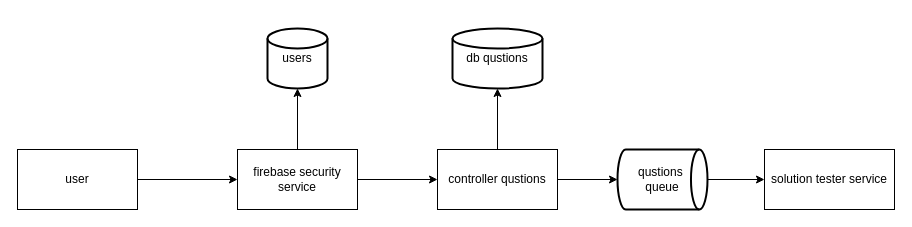
Before: page "uml" (1 of 2) of docs/micro servers diagram.drawio in AymanGosh/React-Rush, a draw.io diagram. Source tidied: cells renumbered, new cells numbered last; positions are measured from the earlier drawing's top-left corner, leaving out a move shared by most shapes. Both pictures are drawn from the tidied source at 100%, with x=0, y=0 at pixel (17, 28).
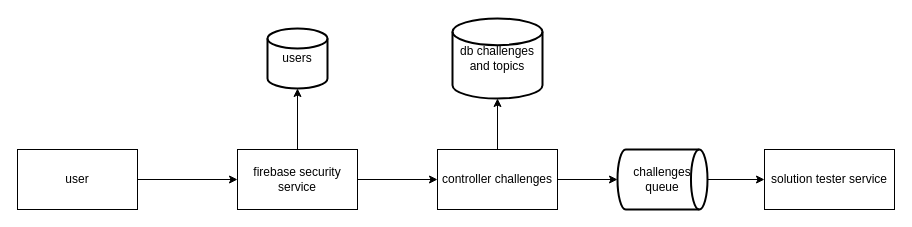
The same diagram, later.

The edit, as a diff of the source:
```diff
@@
 <mxGraphModel>
   <root>
     <mxCell id="0" />
     <mxCell id="1" parent="0" />
     <mxCell id="2" value="solution tester service" style="rounded=0;whiteSpace=wrap;html=1;" parent="1" vertex="1">
       <mxGeometry x="747" y="121" width="130" height="60" as="geometry" />
     </mxCell>
     <mxCell id="3" style="edgeStyle=orthogonalEdgeStyle;rounded=0;jettySize=auto;html=1;" parent="1" edge="1" source="4" target="7">
       <mxGeometry relative="1" as="geometry" />
     </mxCell>
     <mxCell id="4" value="user" style="rounded=0;whiteSpace=wrap;html=1;" parent="1" vertex="1">
       <mxGeometry y="121" width="120" height="60" as="geometry" />
     </mxCell>
-    <mxCell id="5" value="db qustions" style="strokeWidth=2;html=1;shape=mxgraph.flowchart.database;whiteSpace=wrap;" parent="1" vertex="1">
-      <mxGeometry x="435" width="90" height="60" as="geometry" />
+    <mxCell id="5" value="db challenges and topics" style="strokeWidth=2;html=1;shape=mxgraph.flowchart.database;whiteSpace=wrap;" parent="1" vertex="1">
+      <mxGeometry x="435" y="-10" width="90" height="80" as="geometry" />
     </mxCell>
     <mxCell id="6" style="edgeStyle=orthogonalEdgeStyle;rounded=0;jettySize=auto;html=1;" parent="1" edge="1" source="7" target="10">
       <mxGeometry relative="1" as="geometry" />
     </mxCell>
     <mxCell id="7" value="firebase security service" style="rounded=0;whiteSpace=wrap;html=1;" parent="1" vertex="1">
       <mxGeometry x="220" y="121" width="120" height="60" as="geometry" />
     </mxCell>
     <mxCell id="8" style="edgeStyle=orthogonalEdgeStyle;rounded=0;jettySize=auto;html=1;" parent="1" edge="1" source="10" target="5">
       <mxGeometry relative="1" as="geometry" />
     </mxCell>
     <mxCell id="9" style="edgeStyle=orthogonalEdgeStyle;rounded=0;jettySize=auto;html=1;" parent="1" edge="1" source="10" target="13">
       <mxGeometry relative="1" as="geometry" />
     </mxCell>
-    <mxCell id="10" value="controller qustions" style="rounded=0;whiteSpace=wrap;html=1;" parent="1" vertex="1">
+    <mxCell id="10" value="controller challenges" style="rounded=0;whiteSpace=wrap;html=1;" parent="1" vertex="1">
       <mxGeometry x="420" y="121" width="120" height="60" as="geometry" />
     </mxCell>
     <mxCell id="11" value="users" style="strokeWidth=2;html=1;shape=mxgraph.flowchart.database;whiteSpace=wrap;" parent="1" vertex="1">
       <mxGeometry x="250" width="60" height="60" as="geometry" />
     </mxCell>
     <mxCell id="12" style="edgeStyle=orthogonalEdgeStyle;rounded=0;jettySize=auto;html=1;" parent="1" edge="1" source="13" target="2">
       <mxGeometry relative="1" as="geometry" />
     </mxCell>
-    <mxCell id="13" value="qustions&amp;nbsp;&lt;br&gt;queue" style="strokeWidth=2;html=1;shape=mxgraph.flowchart.direct_data;whiteSpace=wrap;" parent="1" vertex="1">
+    <mxCell id="13" value="challenges&lt;br&gt;queue" style="strokeWidth=2;html=1;shape=mxgraph.flowchart.direct_data;whiteSpace=wrap;" parent="1" vertex="1">
       <mxGeometry x="600" y="121" width="90" height="60" as="geometry" />
     </mxCell>
     <mxCell id="14" style="edgeStyle=orthogonalEdgeStyle;rounded=0;jettySize=auto;html=1;entryX=0.5;entryY=1;entryDx=0;entryDy=0;entryPerimeter=0;" parent="1" edge="1" source="7" target="11">
       <mxGeometry relative="1" as="geometry" />
     </mxCell>
   </root>
 </mxGraphModel>
```
